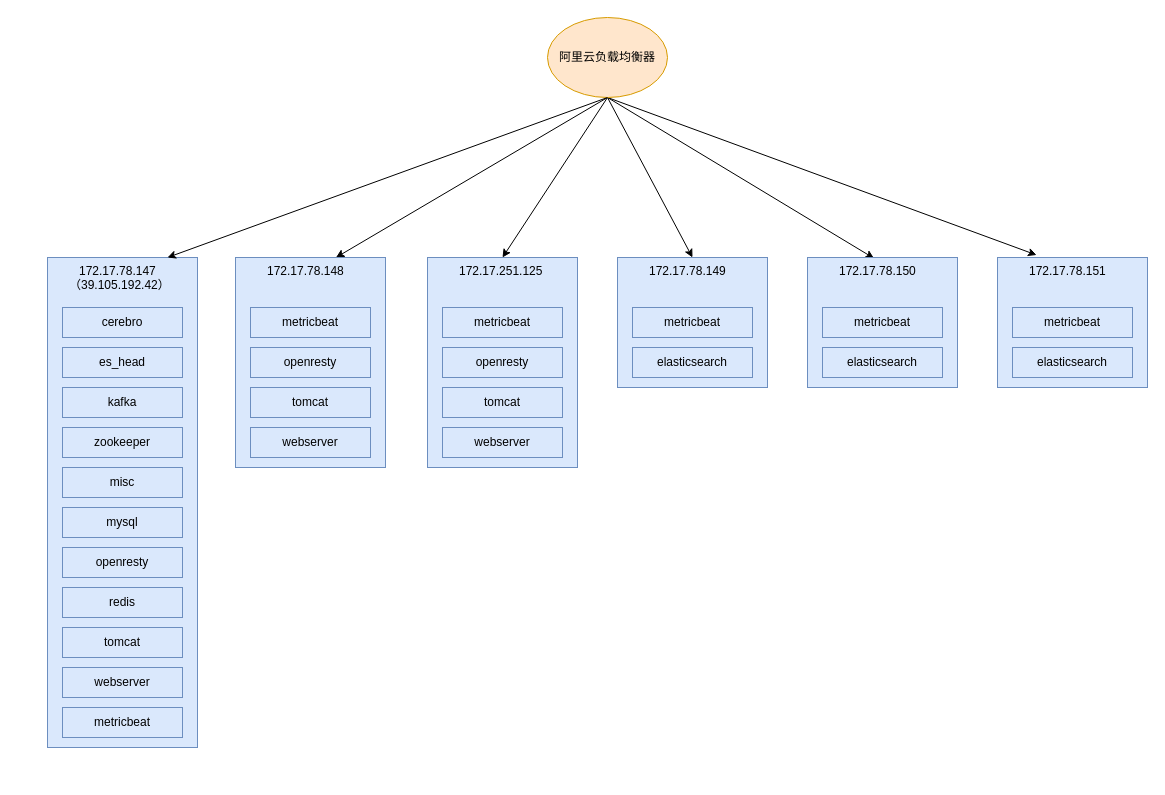
popvlovs/popvlovs-repository keeps this draw.io diagram as TIP.drawio. Above is the earlier version. Source tidied: cells renumbered, new cells numbered last; positions are measured from the earlier drawing's top-left corner, leaving out a move shared by most shapes. Both pictures are drawn from the tidied source at 100%, with x=0, y=0 at pixel (47, 17).
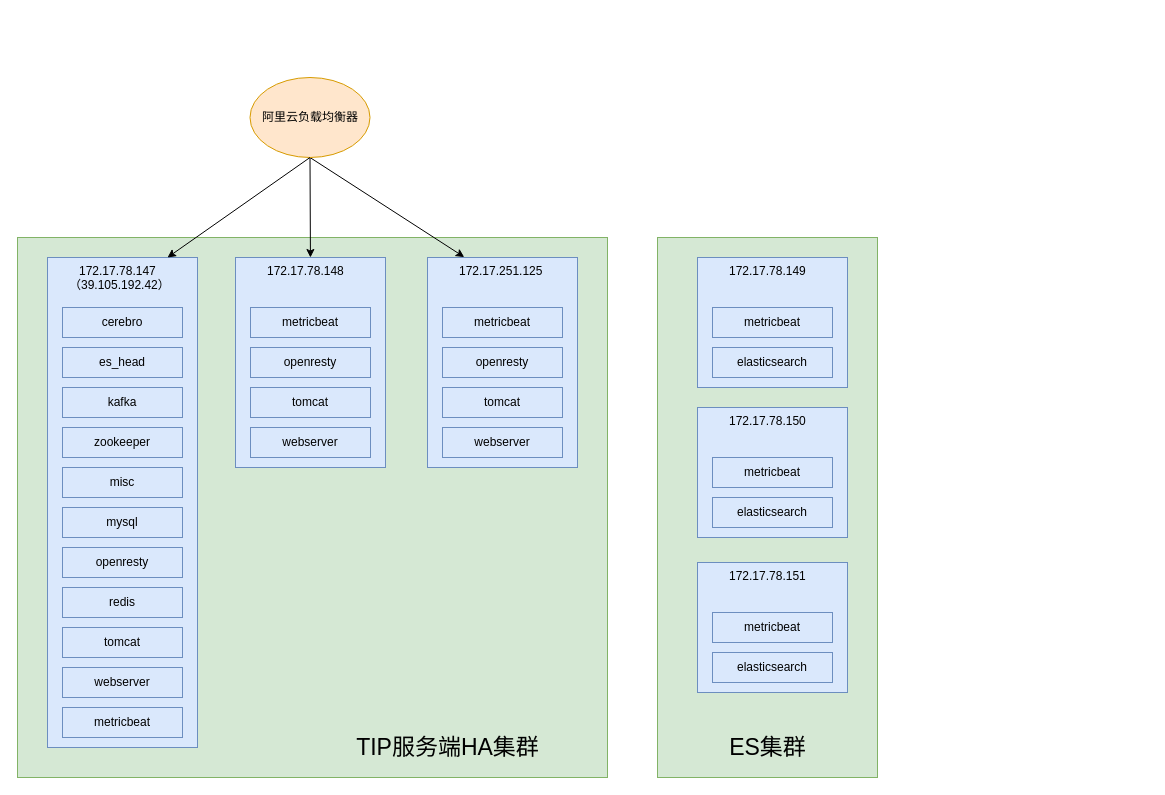
The same diagram, later.

Unchanged cells that the change refers to:
```xml
<mxCell id="30" value="172.17.251.125" style="text;html=1;" parent="1" vertex="1">
  <mxGeometry x="410" y="240" width="90" height="30" as="geometry" />
</mxCell>
```

Change to the diagram source:
```diff
@@
+    <mxCell id="47" style="rounded=0;whiteSpace=wrap;html=1;fillColor=#d5e8d4;strokeColor=#82b366;" parent="1" vertex="1">
+      <mxGeometry x="610" y="220" width="220" height="540" as="geometry" />
+    </mxCell>
+    <mxCell id="48" style="rounded=0;whiteSpace=wrap;html=1;fillColor=#d5e8d4;strokeColor=#82b366;" parent="1" vertex="1">
+      <mxGeometry x="-30" y="220" width="590" height="540" as="geometry" />
+    </mxCell>
@@
-    <mxCell id="3" style="rounded=0;jettySize=auto;html=1;exitX=0.5;exitY=1;exitDx=0;exitDy=0;entryX=0.5;entryY=0;entryDx=0;entryDy=0;" parent="1" edge="1" source="8" target="30">
+    <mxCell id="3" style="rounded=0;jettySize=auto;html=1;exitX=0.5;exitY=1;exitDx=0;exitDy=0;entryX=0.075;entryY=-0.014;entryDx=0;entryDy=0;entryPerimeter=0;" parent="1" edge="1" source="8" target="30">
       <mxGeometry relative="1" as="geometry" />
     </mxCell>
@@
-    <mxCell id="5" style="edgeStyle=none;rounded=0;jettySize=auto;html=1;exitX=0.5;exitY=1;exitDx=0;exitDy=0;entryX=0.5;entryY=0;entryDx=0;entryDy=0;" parent="1" edge="1" source="8" target="36">
-      <mxGeometry relative="1" as="geometry" />
-    </mxCell>
-    <mxCell id="6" style="edgeStyle=none;rounded=0;jettySize=auto;html=1;exitX=0.5;exitY=1;exitDx=0;exitDy=0;entryX=0.406;entryY=0.028;entryDx=0;entryDy=0;entryPerimeter=0;" parent="1" edge="1" source="8" target="40">
-      <mxGeometry relative="1" as="geometry" />
-    </mxCell>
-    <mxCell id="7" style="edgeStyle=none;rounded=0;jettySize=auto;html=1;exitX=0.5;exitY=1;exitDx=0;exitDy=0;entryX=0.1;entryY=-0.083;entryDx=0;entryDy=0;entryPerimeter=0;" parent="1" edge="1" source="8" target="44">
-      <mxGeometry relative="1" as="geometry" />
-    </mxCell>
     <mxCell id="8" value="阿里云负载均衡器" style="ellipse;whiteSpace=wrap;html=1;fillColor=#ffe6cc;strokeColor=#d79b00;" parent="1" vertex="1">
-      <mxGeometry x="500" width="120" height="80" as="geometry" />
+      <mxGeometry x="202.5" y="60" width="120" height="80" as="geometry" />
     </mxCell>
@@
     <mxCell id="35" value="&lt;p&gt;&lt;br&gt;&lt;/p&gt;" style="rounded=0;whiteSpace=wrap;html=1;fillColor=#dae8fc;strokeColor=#6c8ebf;" parent="1" vertex="1">
-      <mxGeometry x="570" y="240" width="150" height="130" as="geometry" />
+      <mxGeometry x="650" y="240" width="150" height="130" as="geometry" />
     </mxCell>
     <mxCell id="36" value="&lt;span&gt;172.17.78.149&lt;/span&gt;" style="text;html=1;" parent="1" vertex="1">
-      <mxGeometry x="600" y="240" width="90" height="30" as="geometry" />
+      <mxGeometry x="680" y="240" width="90" height="30" as="geometry" />
     </mxCell>
     <mxCell id="37" value="&lt;span&gt;metricbeat&lt;/span&gt;" style="rounded=0;whiteSpace=wrap;html=1;fillColor=#dae8fc;strokeColor=#6c8ebf;" parent="1" vertex="1">
-      <mxGeometry x="585" y="290" width="120" height="30" as="geometry" />
+      <mxGeometry x="665" y="290" width="120" height="30" as="geometry" />
     </mxCell>
     <mxCell id="38" value="elasticsearch" style="rounded=0;whiteSpace=wrap;html=1;fillColor=#dae8fc;strokeColor=#6c8ebf;" parent="1" vertex="1">
-      <mxGeometry x="585" y="330" width="120" height="30" as="geometry" />
+      <mxGeometry x="665" y="330" width="120" height="30" as="geometry" />
     </mxCell>
     <mxCell id="39" value="&lt;p&gt;&lt;br&gt;&lt;/p&gt;" style="rounded=0;whiteSpace=wrap;html=1;fillColor=#dae8fc;strokeColor=#6c8ebf;" parent="1" vertex="1">
-      <mxGeometry x="760" y="240" width="150" height="130" as="geometry" />
+      <mxGeometry x="650" y="390" width="150" height="130" as="geometry" />
     </mxCell>
     <mxCell id="40" value="&lt;span&gt;172.17.78.150&lt;/span&gt;" style="text;html=1;" parent="1" vertex="1">
-      <mxGeometry x="790" y="240" width="90" height="30" as="geometry" />
+      <mxGeometry x="680" y="390" width="90" height="30" as="geometry" />
     </mxCell>
     <mxCell id="41" value="&lt;span&gt;metricbeat&lt;/span&gt;" style="rounded=0;whiteSpace=wrap;html=1;fillColor=#dae8fc;strokeColor=#6c8ebf;" parent="1" vertex="1">
-      <mxGeometry x="775" y="290" width="120" height="30" as="geometry" />
+      <mxGeometry x="665" y="440" width="120" height="30" as="geometry" />
     </mxCell>
     <mxCell id="42" value="elasticsearch" style="rounded=0;whiteSpace=wrap;html=1;fillColor=#dae8fc;strokeColor=#6c8ebf;" parent="1" vertex="1">
-      <mxGeometry x="775" y="330" width="120" height="30" as="geometry" />
+      <mxGeometry x="665" y="480" width="120" height="30" as="geometry" />
     </mxCell>
     <mxCell id="43" value="&lt;p&gt;&lt;br&gt;&lt;/p&gt;" style="rounded=0;whiteSpace=wrap;html=1;fillColor=#dae8fc;strokeColor=#6c8ebf;" parent="1" vertex="1">
-      <mxGeometry x="950" y="240" width="150" height="130" as="geometry" />
+      <mxGeometry x="650" y="545" width="150" height="130" as="geometry" />
     </mxCell>
     <mxCell id="44" value="&lt;span&gt;172.17.78.151&lt;/span&gt;" style="text;html=1;" parent="1" vertex="1">
-      <mxGeometry x="980" y="240" width="90" height="30" as="geometry" />
+      <mxGeometry x="680" y="545" width="90" height="30" as="geometry" />
     </mxCell>
     <mxCell id="45" value="&lt;span&gt;metricbeat&lt;/span&gt;" style="rounded=0;whiteSpace=wrap;html=1;fillColor=#dae8fc;strokeColor=#6c8ebf;" parent="1" vertex="1">
-      <mxGeometry x="965" y="290" width="120" height="30" as="geometry" />
+      <mxGeometry x="665" y="595" width="120" height="30" as="geometry" />
     </mxCell>
     <mxCell id="46" value="elasticsearch" style="rounded=0;whiteSpace=wrap;html=1;fillColor=#dae8fc;strokeColor=#6c8ebf;" parent="1" vertex="1">
-      <mxGeometry x="965" y="330" width="120" height="30" as="geometry" />
+      <mxGeometry x="665" y="635" width="120" height="30" as="geometry" />
     </mxCell>
+    <mxCell id="49" value="&lt;font style=&quot;font-size: 23px&quot;&gt;TIP服务端HA集群&lt;/font&gt;" style="text;html=1;strokeColor=none;fillColor=none;align=center;verticalAlign=middle;whiteSpace=wrap;rounded=0;" parent="1" vertex="1">
+      <mxGeometry x="262.5" y="720" width="275" height="20" as="geometry" />
+    </mxCell>
+    <mxCell id="50" value="&lt;font style=&quot;font-size: 23px&quot;&gt;ES集群&lt;/font&gt;" style="text;html=1;strokeColor=none;fillColor=none;align=center;verticalAlign=middle;whiteSpace=wrap;rounded=0;" parent="1" vertex="1">
+      <mxGeometry x="582.5" y="720" width="275" height="20" as="geometry" />
+    </mxCell>
```
